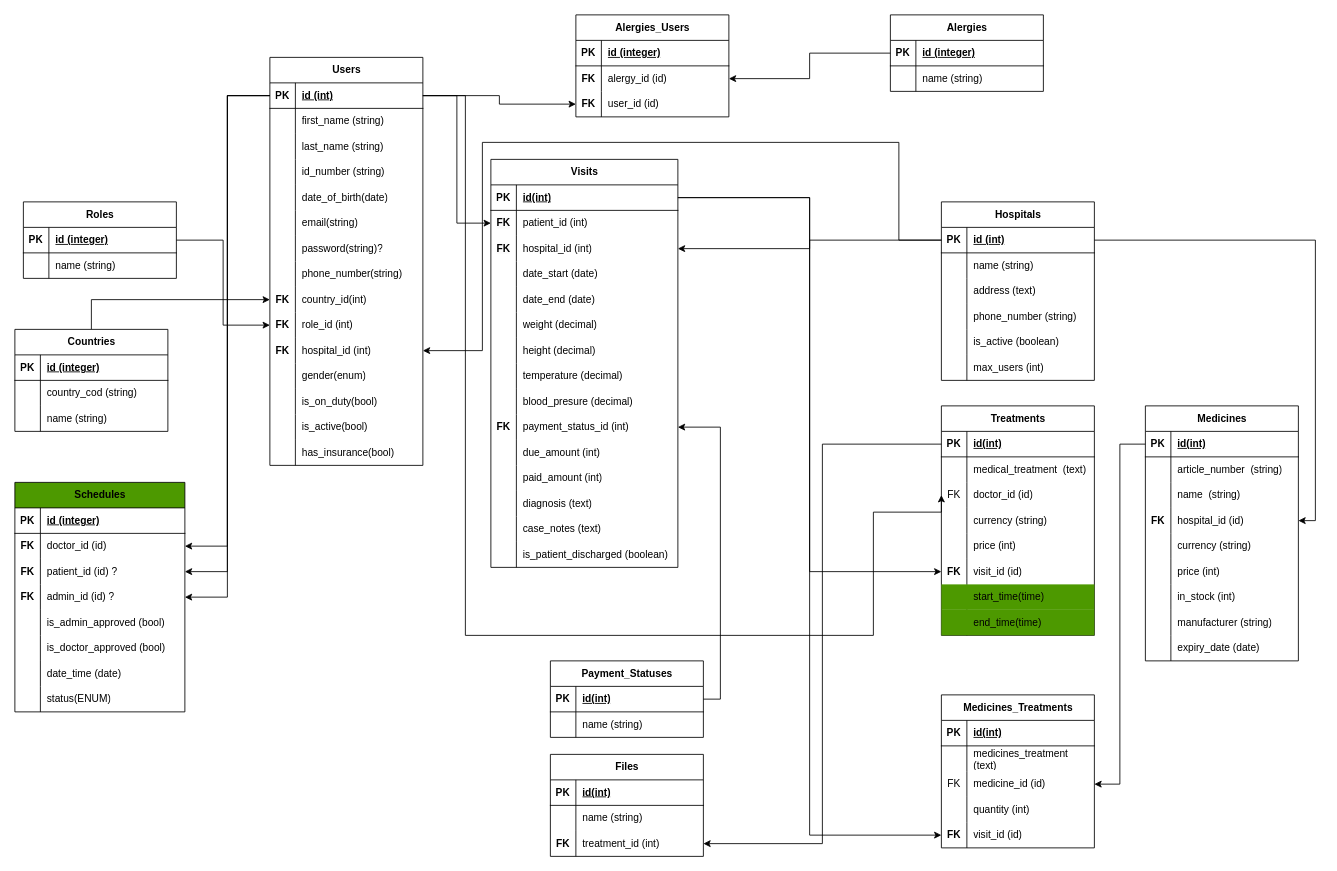
The draw.io diagram Untitled Diagram.drawio in fao30/hospital-management-be, before the edit. Source tidied: cells renumbered, new cells numbered last; positions are measured from the earlier drawing's top-left corner, leaving out a move shared by most shapes. Both pictures are drawn from the tidied source at 85%, with x=0, y=0 at pixel (14, 14).
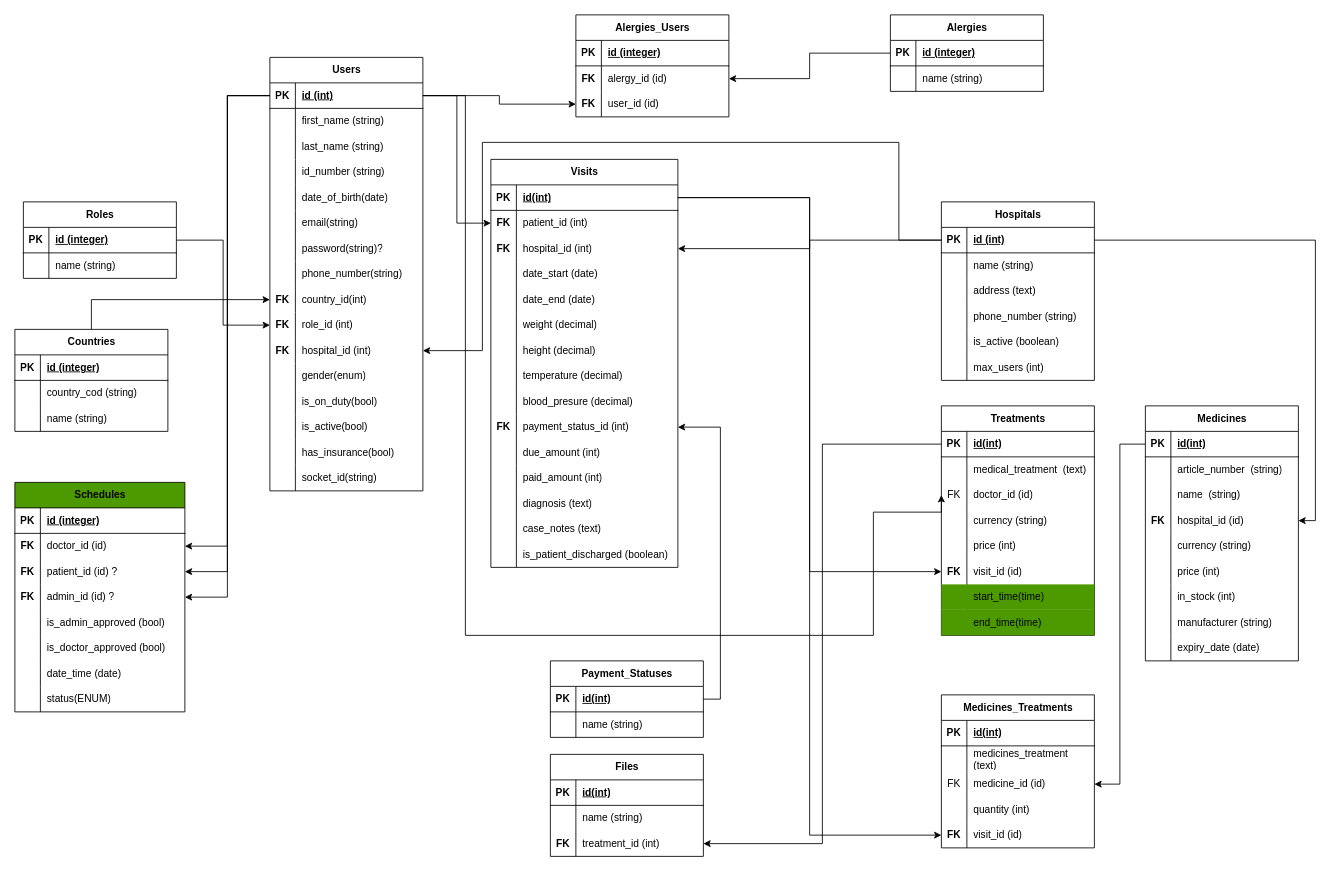
The same diagram, later.

What changed in the source:
```diff
@@
     <mxCell id="28" value="Users" style="shape=table;startSize=30;childLayout=tableLayout;rowLines=0;fontStyle=1;align=center;html=1;" parent="1" vertex="1">
-      <mxGeometry x="300" y="50" width="180" height="480" as="geometry" />
+      <mxGeometry x="300" y="50" width="180" height="510" as="geometry" />
     </mxCell>
@@
+    <mxCell id="275" style="shape=tableRow;horizontal=0;startSize=0;swimlaneHead=0;swimlaneBody=0;fillColor=none;top=0;left=0;right=0;bottom=0;" parent="28" vertex="1">
+      <mxGeometry y="480" width="180" height="30" as="geometry" />
+    </mxCell>
+    <mxCell id="276" style="shape=partialRectangle;fillColor=none;top=0;left=0;bottom=0;right=0;overflow=hidden;whiteSpace=wrap;html=1;" parent="275" vertex="1">
+      <mxGeometry width="30" height="30" as="geometry" />
+    </mxCell>
+    <mxCell id="277" value="socket_id(string)" style="shape=partialRectangle;fillColor=none;top=0;left=0;bottom=0;right=0;align=left;spacingLeft=6;overflow=hidden;whiteSpace=wrap;html=1;" parent="275" vertex="1">
+      <mxGeometry x="30" width="150" height="30" as="geometry" />
+    </mxCell>
```
